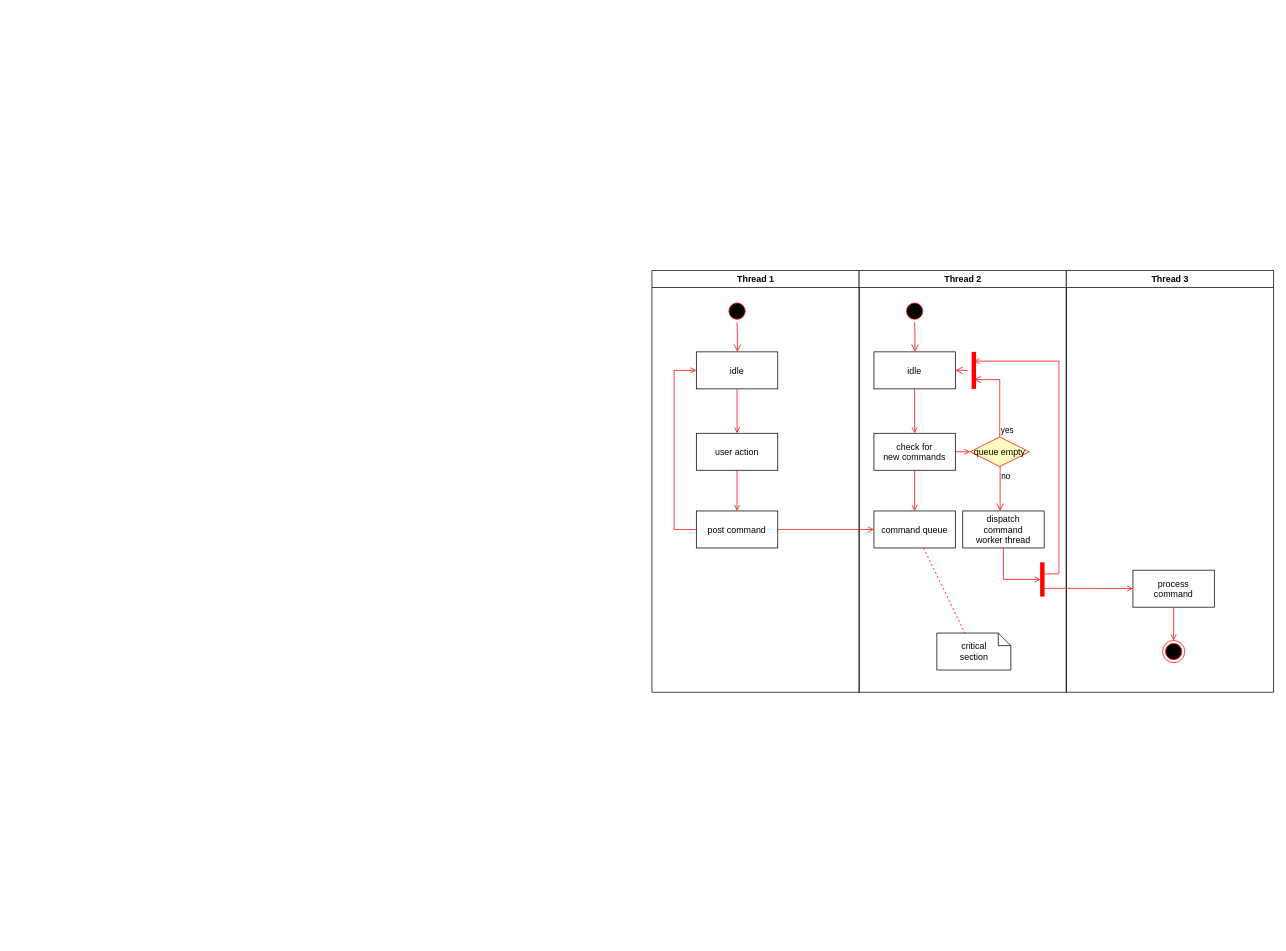
Before: Documents/Untitled Diagram.drawio in exysta/2425_ESE_Projet_TagBot, a draw.io diagram. Source tidied: cells renumbered, new cells numbered last; positions are measured from the earlier drawing's top-left corner, leaving out a move shared by most shapes. Both pictures are drawn from the tidied source at 74%, with x=0, y=0 at pixel (651, 270).
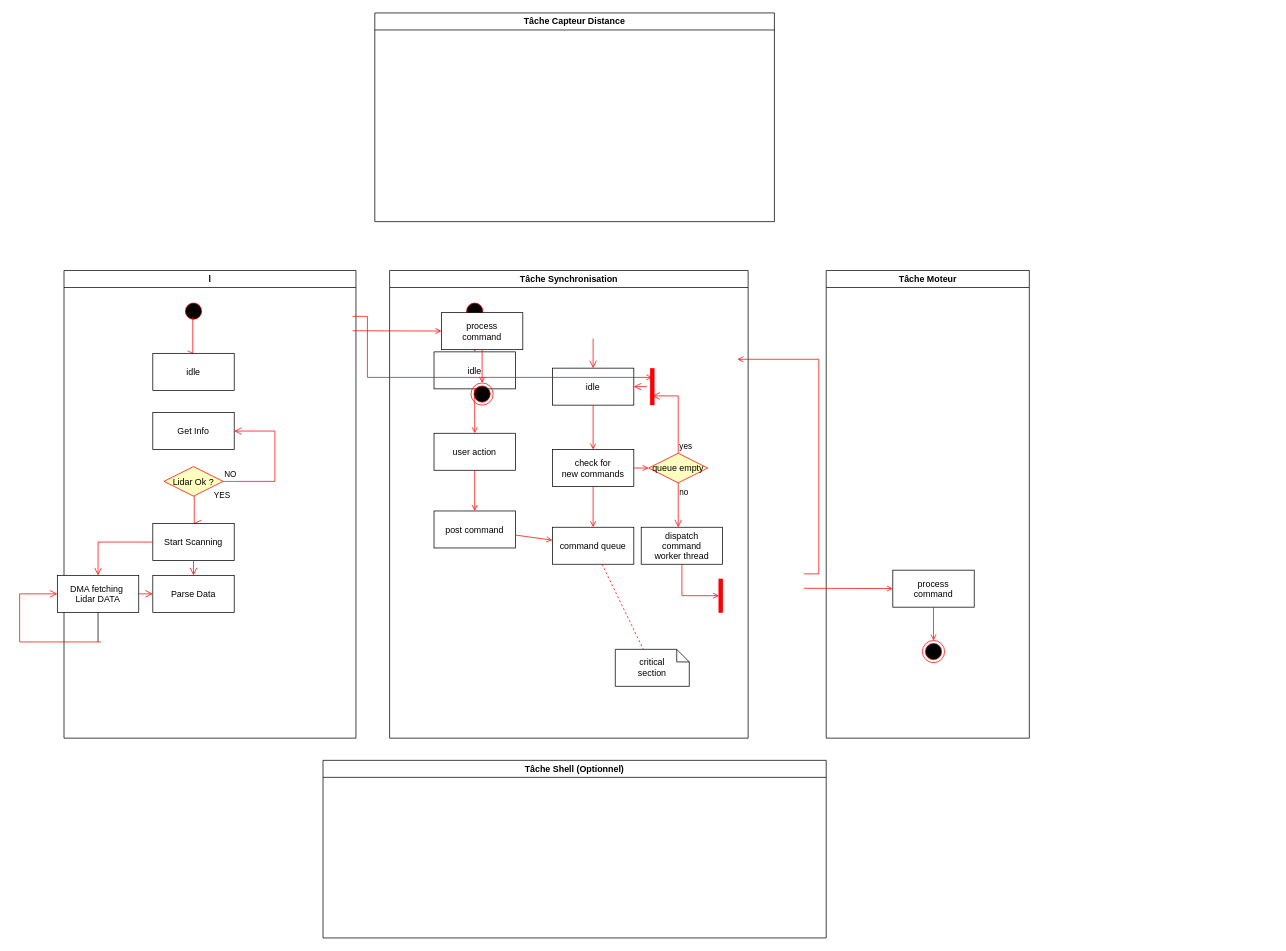
Above is the later version.

Unchanged cells that the change refers to:
```xml
<mxCell id="5" value="idle" parent="2" vertex="1">
  <mxGeometry x="60" y="110" width="110" height="50" as="geometry" />
</mxCell>
<mxCell id="8" value="post command" parent="2" vertex="1">
  <mxGeometry x="60" y="325" width="110" height="50" as="geometry" />
</mxCell>
```

The edit, as a diff of the source:
```diff
@@
-    <mxCell id="2" value="Thread 1" style="swimlane;whiteSpace=wrap;" parent="1" vertex="1">
-      <mxGeometry x="0.5" width="280" height="570" as="geometry" />
+    <mxCell id="2" value="Tâche Synchronisation" style="swimlane;whiteSpace=wrap;" parent="1" vertex="1">
+      <mxGeometry x="-354" width="484.5" height="632" as="geometry" />
     </mxCell>
@@
-    <mxCell id="10" style="edgeStyle=elbowEdgeStyle;elbow=horizontal;strokeColor=#FF0000;endArrow=open;endFill=1;rounded=0;" parent="2" edge="1" source="8" target="5">
-      <mxGeometry relative="1" as="geometry">
-        <Array as="points">
-          <mxPoint x="30" y="250" />
-        </Array>
-      </mxGeometry>
-    </mxCell>
-    <mxCell id="11" value="Thread 2" style="swimlane;whiteSpace=wrap;" parent="1" vertex="1">
-      <mxGeometry x="280.5" width="280" height="570" as="geometry" />
-    </mxCell>
-    <mxCell id="12" style="ellipse;shape=startState;fillColor=#000000;strokeColor=#ff0000;" parent="11" vertex="1">
-      <mxGeometry x="60" y="40" width="30" height="30" as="geometry" />
-    </mxCell>
-    <mxCell id="13" style="edgeStyle=elbowEdgeStyle;elbow=horizontal;verticalAlign=bottom;endArrow=open;endSize=8;strokeColor=#FF0000;endFill=1;rounded=0;" parent="11" edge="1" source="12" target="14">
-      <mxGeometry x="40" y="20" as="geometry" />
+    <mxCell id="13" style="edgeStyle=elbowEdgeStyle;elbow=horizontal;verticalAlign=bottom;endArrow=open;endSize=8;strokeColor=#FF0000;endFill=1;rounded=0;" parent="2" edge="1" target="14">
+      <mxGeometry x="-400" y="20" as="geometry">
+        <mxPoint x="275" y="92" as="sourcePoint" />
+      </mxGeometry>
     </mxCell>
-    <mxCell id="14" value="idle" parent="11" vertex="1">
-      <mxGeometry x="20" y="110" width="110" height="50" as="geometry" />
+    <mxCell id="14" value="idle" parent="2" vertex="1">
+      <mxGeometry x="220" y="132" width="110" height="50" as="geometry" />
     </mxCell>
-    <mxCell id="15" value="check for &#10;new commands" parent="11" vertex="1">
-      <mxGeometry x="20" y="220" width="110" height="50" as="geometry" />
+    <mxCell id="15" value="check for &#10;new commands" parent="2" vertex="1">
+      <mxGeometry x="220" y="242" width="110" height="50" as="geometry" />
     </mxCell>
-    <mxCell id="16" style="endArrow=open;strokeColor=#FF0000;endFill=1;rounded=0;" parent="11" edge="1" source="14" target="15">
+    <mxCell id="16" style="endArrow=open;strokeColor=#FF0000;endFill=1;rounded=0;" parent="2" edge="1" source="14" target="15">
       <mxGeometry relative="1" as="geometry" />
     </mxCell>
-    <mxCell id="17" value="command queue" parent="11" vertex="1">
-      <mxGeometry x="20" y="325" width="110" height="50" as="geometry" />
+    <mxCell id="17" value="command queue" parent="2" vertex="1">
+      <mxGeometry x="220" y="347" width="110" height="50" as="geometry" />
     </mxCell>
-    <mxCell id="18" style="endArrow=open;strokeColor=#FF0000;endFill=1;rounded=0;" parent="11" edge="1" source="15" target="17">
+    <mxCell id="18" style="endArrow=open;strokeColor=#FF0000;endFill=1;rounded=0;" parent="2" edge="1" source="15" target="17">
       <mxGeometry relative="1" as="geometry" />
     </mxCell>
-    <mxCell id="19" value="queue empty" style="rhombus;fillColor=#ffffc0;strokeColor=#ff0000;" parent="11" vertex="1">
-      <mxGeometry x="150" y="225" width="80" height="40" as="geometry" />
+    <mxCell id="19" value="queue empty" style="rhombus;fillColor=#ffffc0;strokeColor=#ff0000;" parent="2" vertex="1">
+      <mxGeometry x="350" y="247" width="80" height="40" as="geometry" />
     </mxCell>
-    <mxCell id="20" value="yes" style="edgeStyle=elbowEdgeStyle;elbow=horizontal;align=left;verticalAlign=bottom;endArrow=open;endSize=8;strokeColor=#FF0000;exitX=0.5;exitY=0;endFill=1;rounded=0;entryX=0.75;entryY=0.5;entryPerimeter=0;" parent="11" edge="1" source="19" target="23">
+    <mxCell id="20" value="yes" style="edgeStyle=elbowEdgeStyle;elbow=horizontal;align=left;verticalAlign=bottom;endArrow=open;endSize=8;strokeColor=#FF0000;exitX=0.5;exitY=0;endFill=1;rounded=0;entryX=0.75;entryY=0.5;entryPerimeter=0;" parent="2" edge="1" source="19" target="23">
       <mxGeometry x="-1" relative="1" as="geometry">
         <Array as="points">
-          <mxPoint x="190" y="180" />
+          <mxPoint x="390" y="202" />
         </Array>
       </mxGeometry>
     </mxCell>
-    <mxCell id="21" value="no" style="edgeStyle=elbowEdgeStyle;elbow=horizontal;align=left;verticalAlign=top;endArrow=open;endSize=8;strokeColor=#FF0000;endFill=1;rounded=0;" parent="11" edge="1" source="19" target="25">
+    <mxCell id="21" value="no" style="edgeStyle=elbowEdgeStyle;elbow=horizontal;align=left;verticalAlign=top;endArrow=open;endSize=8;strokeColor=#FF0000;endFill=1;rounded=0;" parent="2" edge="1" source="19" target="25">
       <mxGeometry x="-1" relative="1" as="geometry" />
     </mxCell>
-    <mxCell id="22" style="endArrow=open;strokeColor=#FF0000;endFill=1;rounded=0;" parent="11" edge="1" source="15" target="19">
+    <mxCell id="22" style="endArrow=open;strokeColor=#FF0000;endFill=1;rounded=0;" parent="2" edge="1" source="15" target="19">
       <mxGeometry relative="1" as="geometry" />
     </mxCell>
-    <mxCell id="23" style="shape=line;strokeWidth=6;strokeColor=#ff0000;rotation=90;" parent="11" vertex="1">
-      <mxGeometry x="130" y="127.5" width="50" height="15" as="geometry" />
+    <mxCell id="23" style="shape=line;strokeWidth=6;strokeColor=#ff0000;rotation=90;" parent="2" vertex="1">
+      <mxGeometry x="330" y="149.5" width="50" height="15" as="geometry" />
     </mxCell>
-    <mxCell id="24" style="edgeStyle=elbowEdgeStyle;elbow=horizontal;verticalAlign=bottom;endArrow=open;endSize=8;strokeColor=#FF0000;endFill=1;rounded=0;" parent="11" edge="1" source="23" target="14">
-      <mxGeometry x="130" y="90" as="geometry" />
+    <mxCell id="24" style="edgeStyle=elbowEdgeStyle;elbow=horizontal;verticalAlign=bottom;endArrow=open;endSize=8;strokeColor=#FF0000;endFill=1;rounded=0;" parent="2" edge="1" source="23" target="14">
+      <mxGeometry x="-310" y="90" as="geometry" />
     </mxCell>
-    <mxCell id="25" value="dispatch&#10;command&#10;worker thread" parent="11" vertex="1">
-      <mxGeometry x="140" y="325" width="110" height="50" as="geometry" />
+    <mxCell id="25" value="dispatch&#10;command&#10;worker thread" parent="2" vertex="1">
+      <mxGeometry x="340" y="347" width="110" height="50" as="geometry" />
     </mxCell>
-    <mxCell id="26" value="critical&#10;section" style="shape=note;whiteSpace=wrap;size=17;" parent="11" vertex="1">
-      <mxGeometry x="105" y="490" width="100" height="50" as="geometry" />
+    <mxCell id="26" value="critical&#10;section" style="shape=note;whiteSpace=wrap;size=17;" parent="2" vertex="1">
+      <mxGeometry x="305" y="512" width="100" height="50" as="geometry" />
     </mxCell>
-    <mxCell id="27" style="endArrow=none;strokeColor=#FF0000;endFill=0;rounded=0;dashed=1;" parent="11" edge="1" source="17" target="26">
+    <mxCell id="27" style="endArrow=none;strokeColor=#FF0000;endFill=0;rounded=0;dashed=1;" parent="2" edge="1" source="17" target="26">
       <mxGeometry relative="1" as="geometry" />
     </mxCell>
-    <mxCell id="28" style="whiteSpace=wrap;strokeColor=#FF0000;fillColor=#FF0000;" parent="11" vertex="1">
-      <mxGeometry x="245" y="395" width="5" height="45" as="geometry" />
+    <mxCell id="28" style="whiteSpace=wrap;strokeColor=#FF0000;fillColor=#FF0000;" parent="2" vertex="1">
+      <mxGeometry x="445" y="417" width="5" height="45" as="geometry" />
     </mxCell>
-    <mxCell id="29" style="edgeStyle=elbowEdgeStyle;elbow=horizontal;entryX=0;entryY=0.5;strokeColor=#FF0000;endArrow=open;endFill=1;rounded=0;" parent="11" edge="1" source="25" target="28">
+    <mxCell id="29" style="edgeStyle=elbowEdgeStyle;elbow=horizontal;entryX=0;entryY=0.5;strokeColor=#FF0000;endArrow=open;endFill=1;rounded=0;" parent="2" edge="1" source="25" target="28">
       <mxGeometry relative="1" as="geometry">
         <Array as="points">
-          <mxPoint x="195" y="400" />
+          <mxPoint x="395" y="422" />
         </Array>
       </mxGeometry>
     </mxCell>
+    <mxCell id="36" style="endArrow=open;strokeColor=#FF0000;endFill=1;rounded=0;" parent="2" edge="1" source="8" target="17">
+      <mxGeometry relative="1" as="geometry" />
+    </mxCell>
+    <mxCell id="11" value="l" style="swimlane;whiteSpace=wrap;" parent="1" vertex="1">
+      <mxGeometry x="-794" width="394.5" height="632" as="geometry" />
+    </mxCell>
+    <mxCell id="12" style="ellipse;shape=startState;fillColor=#000000;strokeColor=#ff0000;" parent="11" vertex="1">
+      <mxGeometry x="160" y="40" width="30" height="30" as="geometry" />
+    </mxCell>
+    <mxCell id="10" style="edgeStyle=elbowEdgeStyle;elbow=horizontal;strokeColor=#FF0000;endArrow=open;endFill=1;rounded=0;exitX=0.467;exitY=0.763;exitDx=0;exitDy=0;exitPerimeter=0;entryX=0.5;entryY=0;entryDx=0;entryDy=0;" parent="11" edge="1" source="12" target="39">
+      <mxGeometry relative="1" as="geometry">
+        <Array as="points">
+          <mxPoint x="174" y="112" />
+        </Array>
+      </mxGeometry>
+    </mxCell>
+    <mxCell id="37" value="Get Info" parent="11" vertex="1">
+      <mxGeometry x="120" y="192" width="110" height="50" as="geometry" />
+    </mxCell>
+    <mxCell id="38" value="Lidar Ok ?" style="rhombus;fillColor=#ffffc0;strokeColor=#ff0000;" parent="11" vertex="1">
+      <mxGeometry x="135" y="265" width="80" height="40" as="geometry" />
+    </mxCell>
+    <mxCell id="39" value="idle" parent="11" vertex="1">
+      <mxGeometry x="120" y="112" width="110" height="50" as="geometry" />
+    </mxCell>
+    <mxCell id="40" value="NO" style="edgeStyle=elbowEdgeStyle;elbow=horizontal;align=left;verticalAlign=bottom;endArrow=open;endSize=8;strokeColor=#FF0000;exitX=1;exitY=0.5;endFill=1;rounded=0;entryX=1;entryY=0.5;entryDx=0;entryDy=0;exitDx=0;exitDy=0;" parent="11" edge="1" source="38" target="37">
+      <mxGeometry x="-1" relative="1" as="geometry">
+        <Array as="points">
+          <mxPoint x="285" y="260" />
+        </Array>
+      </mxGeometry>
+    </mxCell>
+    <mxCell id="41" value="YES" style="edgeStyle=elbowEdgeStyle;elbow=horizontal;align=left;verticalAlign=bottom;endArrow=open;endSize=8;strokeColor=#FF0000;exitX=0.5;exitY=1;endFill=1;rounded=0;exitDx=0;exitDy=0;entryX=0.5;entryY=0;entryDx=0;entryDy=0;" parent="11" edge="1" target="42">
+      <mxGeometry x="-0.6" y="25" relative="1" as="geometry">
+        <mxPoint x="176" y="305" as="sourcePoint" />
+      </mxGeometry>
+    </mxCell>
+    <mxCell id="42" value="Start Scanning" parent="11" vertex="1">
+      <mxGeometry x="120" y="342" width="110" height="50" as="geometry" />
+    </mxCell>
+    <mxCell id="43" value="Parse Data" parent="11" vertex="1">
+      <mxGeometry x="120" y="412" width="110" height="50" as="geometry" />
+    </mxCell>
+    <mxCell id="44" style="edgeStyle=elbowEdgeStyle;elbow=horizontal;align=left;verticalAlign=bottom;endArrow=open;endSize=8;strokeColor=#FF0000;exitX=0.5;exitY=1;endFill=1;rounded=0;exitDx=0;exitDy=0;entryX=0.5;entryY=0;entryDx=0;entryDy=0;" parent="11" edge="1" source="42" target="43">
+      <mxGeometry x="-0.6" y="25" relative="1" as="geometry" />
+    </mxCell>
+    <mxCell id="45" value="DMA fetching &#10;Lidar DATA" parent="11" vertex="1">
+      <mxGeometry x="-9" y="412" width="110" height="50" as="geometry" />
+    </mxCell>
+    <mxCell id="46" style="edgeStyle=elbowEdgeStyle;elbow=horizontal;align=left;verticalAlign=bottom;endArrow=open;endSize=8;strokeColor=#FF0000;exitX=0;exitY=0.5;endFill=1;rounded=0;exitDx=0;exitDy=0;entryX=0.5;entryY=0;entryDx=0;entryDy=0;" parent="11" edge="1" source="42" target="45">
+      <mxGeometry x="-0.6" y="25" relative="1" as="geometry">
+        <Array as="points">
+          <mxPoint x="46" y="367" />
+        </Array>
+      </mxGeometry>
+    </mxCell>
+    <mxCell id="47" style="edgeStyle=elbowEdgeStyle;elbow=horizontal;align=left;verticalAlign=bottom;endArrow=open;endSize=8;strokeColor=#FF0000;exitX=1;exitY=0.5;endFill=1;rounded=0;exitDx=0;exitDy=0;entryX=0;entryY=0.5;entryDx=0;entryDy=0;" parent="11" edge="1" source="45" target="43">
+      <mxGeometry x="-0.6" y="25" relative="1" as="geometry">
+        <Array as="points">
+          <mxPoint x="110" y="432" />
+        </Array>
+      </mxGeometry>
+    </mxCell>
-    <mxCell id="30" value="Thread 3" style="swimlane;whiteSpace=wrap;" parent="1" vertex="1">
-      <mxGeometry x="560.5" width="280" height="570" as="geometry" />
+    <mxCell id="30" value="Tâche Capteur Distance" style="swimlane;whiteSpace=wrap;" parent="1" vertex="1">
+      <mxGeometry x="-374" y="-348" width="540" height="282" as="geometry" />
     </mxCell>
@@
-    <mxCell id="36" style="endArrow=open;strokeColor=#FF0000;endFill=1;rounded=0;" parent="1" edge="1" source="8" target="17">
-      <mxGeometry relative="1" as="geometry" />
-    </mxCell>
+    <mxCell id="48" value="Tâche Moteur" style="swimlane;whiteSpace=wrap;" parent="1" vertex="1">
+      <mxGeometry x="236" width="274.5" height="632" as="geometry" />
+    </mxCell>
+    <mxCell id="49" value="process&#10;command" parent="48" vertex="1">
+      <mxGeometry x="90" y="405" width="110" height="50" as="geometry" />
+    </mxCell>
+    <mxCell id="50" style="edgeStyle=elbowEdgeStyle;elbow=horizontal;strokeColor=#FF0000;endArrow=open;endFill=1;rounded=0;entryX=0.25;entryY=0.5;entryPerimeter=0;" parent="48" edge="1">
+      <mxGeometry relative="1" as="geometry">
+        <mxPoint x="-30" y="410" as="sourcePoint" />
+        <mxPoint x="-120" y="120" as="targetPoint" />
+        <Array as="points">
+          <mxPoint x="-10" y="135" />
+        </Array>
+      </mxGeometry>
+    </mxCell>
+    <mxCell id="51" style="edgeStyle=none;strokeColor=#FF0000;endArrow=open;endFill=1;rounded=0;" parent="48" edge="1" target="49">
+      <mxGeometry relative="1" as="geometry">
+        <mxPoint x="-30" y="429.5" as="sourcePoint" />
+      </mxGeometry>
+    </mxCell>
+    <mxCell id="52" style="ellipse;shape=endState;fillColor=#000000;strokeColor=#ff0000;" parent="48" vertex="1">
+      <mxGeometry x="130" y="500" width="30" height="30" as="geometry" />
+    </mxCell>
+    <mxCell id="53" style="endArrow=open;strokeColor=#FF0000;endFill=1;rounded=0;" parent="48" edge="1" source="49" target="52">
+      <mxGeometry relative="1" as="geometry" />
+    </mxCell>
+    <mxCell id="54" value="Tâche Shell (Optionnel)" style="swimlane;whiteSpace=wrap;" parent="1" vertex="1">
+      <mxGeometry x="-444" y="662" width="680" height="240" as="geometry" />
+    </mxCell>
+    <mxCell id="55" style="endArrow=none;html=1;rounded=0;exitX=0.5;exitY=1;exitDx=0;exitDy=0;" parent="1" edge="1" source="45">
+      <mxGeometry relative="1" as="geometry">
+        <mxPoint x="-748" y="502" as="targetPoint" />
+      </mxGeometry>
+    </mxCell>
+    <mxCell id="56" style="edgeStyle=elbowEdgeStyle;elbow=horizontal;align=left;verticalAlign=bottom;endArrow=open;endSize=8;strokeColor=#FF0000;endFill=1;rounded=0;entryX=0;entryY=0.5;entryDx=0;entryDy=0;" parent="1" edge="1" target="45">
+      <mxGeometry x="-0.6" y="25" relative="1" as="geometry">
+        <mxPoint x="-744" y="502" as="sourcePoint" />
+        <Array as="points">
+          <mxPoint x="-854" y="492" />
+        </Array>
+      </mxGeometry>
+    </mxCell>
```
